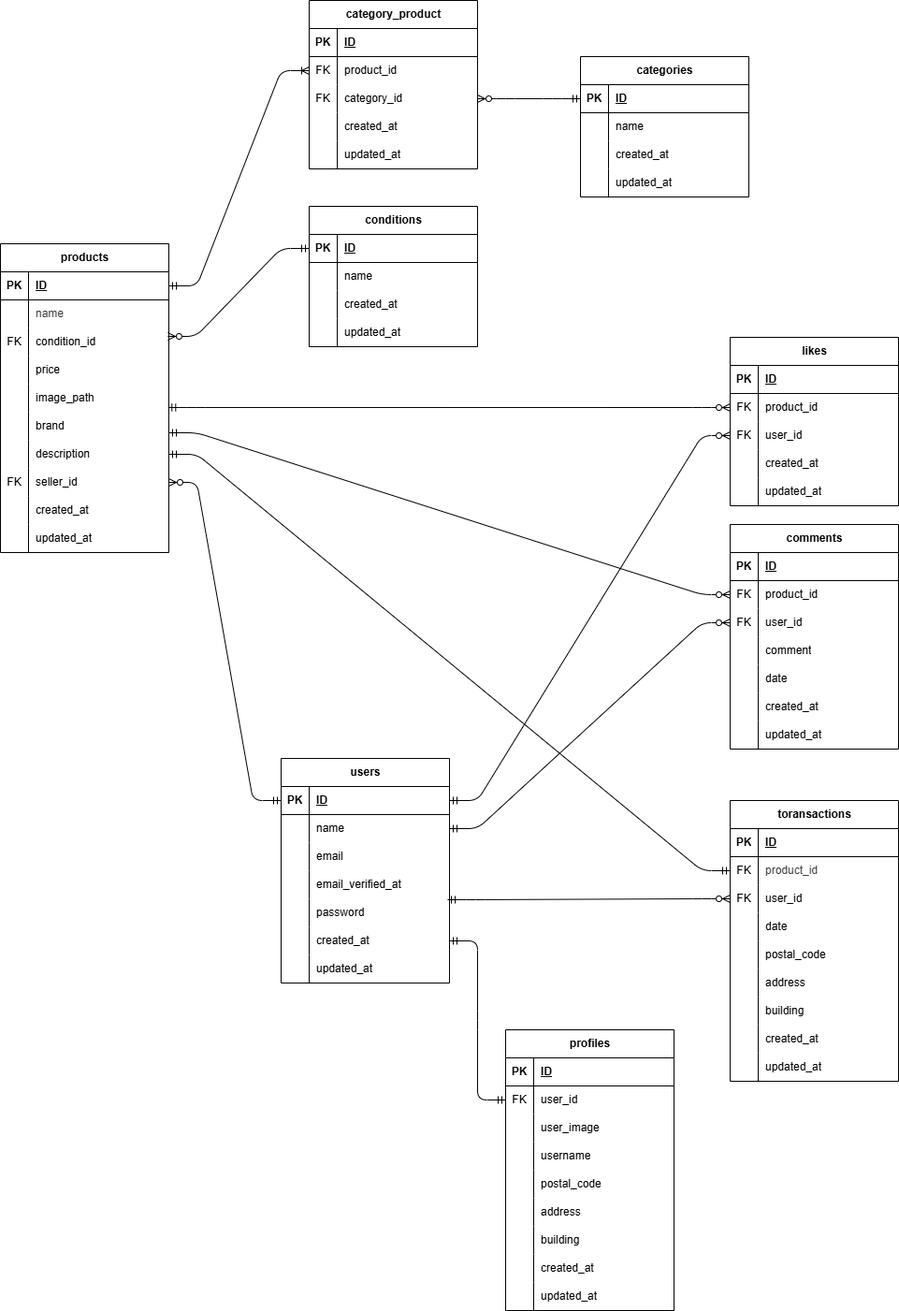
Before: ER.drawio.png, a diagram exported from draw.io (sazenshinji/shigeno-sp1a-furima). Source tidied: cells renumbered, new cells last; positions are measured from the earlier drawing's top-left corner, leaving out a move shared by most shapes.
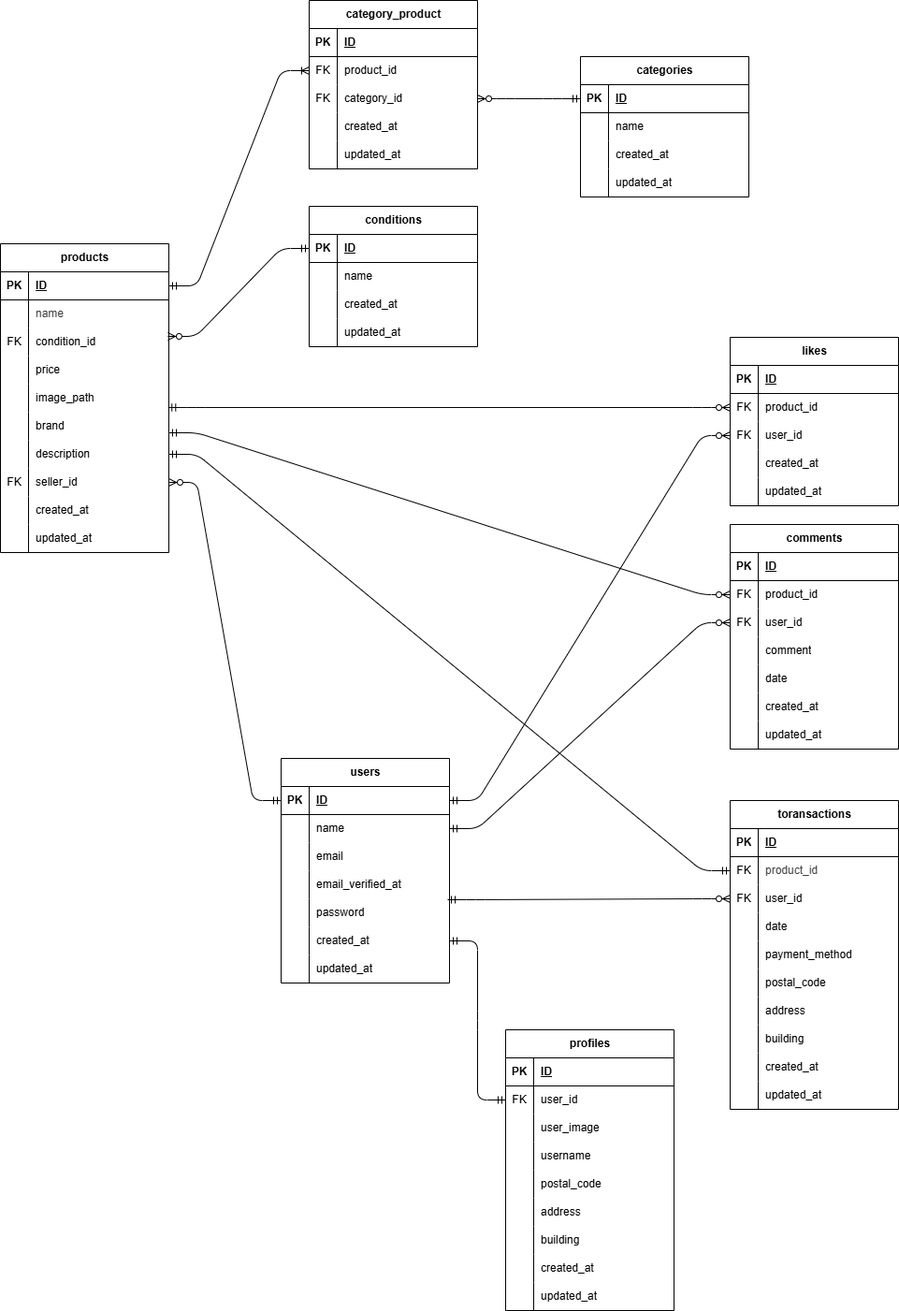
After the change.

What changed in the source:
```diff
@@ -410,7 +410,7 @@
       <mxGeometry x="30" width="150" height="30" as="geometry" />
     </mxCell>
     <mxCell id="137" value="toransactions" style="shape=table;startSize=30;rowLines=0;fontStyle=1;align=center;html=1;" parent="1" vertex="1">
-      <mxGeometry x="780" y="855" width="180" height="300" as="geometry" />
+      <mxGeometry x="780" y="855" width="180" height="330" as="geometry" />
     </mxCell>
     <mxCell id="138" style="shape=tableRow;horizontal=0;startSize=0;swimlaneHead=0;swimlaneBody=0;fillColor=none;top=0;left=0;right=0;bottom=1;" parent="137" vertex="1">
       <mxGeometry y="30" width="180" height="30" as="geometry" />
@@ -448,8 +448,17 @@
     <mxCell id="149" value="date" style="shape=partialRectangle;fillColor=none;top=0;left=0;bottom=0;right=0;align=left;spacingLeft=6;overflow=hidden;whiteSpace=wrap;html=1;" parent="147" vertex="1">
       <mxGeometry x="30" width="150" height="30" as="geometry" />
     </mxCell>
+    <mxCell id="202" style="shape=tableRow;horizontal=0;startSize=0;swimlaneHead=0;swimlaneBody=0;fillColor=none;top=0;left=0;right=0;bottom=0;" parent="137" vertex="1">
+      <mxGeometry y="150" width="180" height="30" as="geometry" />
+    </mxCell>
+    <mxCell id="203" style="shape=partialRectangle;fillColor=none;top=0;left=0;bottom=0;right=0;overflow=hidden;whiteSpace=wrap;html=1;" parent="202" vertex="1">
+      <mxGeometry width="30" height="30" as="geometry" />
+    </mxCell>
+    <mxCell id="204" value="payment_method" style="shape=partialRectangle;fillColor=none;top=0;left=0;bottom=0;right=0;align=left;spacingLeft=6;overflow=hidden;whiteSpace=wrap;html=1;" parent="202" vertex="1">
+      <mxGeometry x="30" width="150" height="30" as="geometry" />
+    </mxCell>
     <mxCell id="150" style="shape=tableRow;horizontal=0;startSize=0;swimlaneHead=0;swimlaneBody=0;fillColor=none;top=0;left=0;right=0;bottom=0;" parent="137" vertex="1">
-      <mxGeometry y="150" width="180" height="30" as="geometry" />
+      <mxGeometry y="180" width="180" height="30" as="geometry" />
     </mxCell>
     <mxCell id="151" style="shape=partialRectangle;fillColor=none;top=0;left=0;bottom=0;right=0;overflow=hidden;whiteSpace=wrap;html=1;" parent="150" vertex="1">
       <mxGeometry width="30" height="30" as="geometry" />
@@ -458,7 +467,7 @@
       <mxGeometry x="30" width="150" height="30" as="geometry" />
     </mxCell>
     <mxCell id="153" style="shape=tableRow;horizontal=0;startSize=0;swimlaneHead=0;swimlaneBody=0;fillColor=none;top=0;left=0;right=0;bottom=0;" parent="137" vertex="1">
-      <mxGeometry y="180" width="180" height="30" as="geometry" />
+      <mxGeometry y="210" width="180" height="30" as="geometry" />
     </mxCell>
     <mxCell id="154" style="shape=partialRectangle;fillColor=none;top=0;left=0;bottom=0;right=0;overflow=hidden;whiteSpace=wrap;html=1;" parent="153" vertex="1">
       <mxGeometry width="30" height="30" as="geometry" />
@@ -467,7 +476,7 @@
       <mxGeometry x="30" width="150" height="30" as="geometry" />
     </mxCell>
     <mxCell id="156" style="shape=tableRow;horizontal=0;startSize=0;swimlaneHead=0;swimlaneBody=0;fillColor=none;top=0;left=0;right=0;bottom=0;" parent="137" vertex="1">
-      <mxGeometry y="210" width="180" height="30" as="geometry" />
+      <mxGeometry y="240" width="180" height="30" as="geometry" />
     </mxCell>
     <mxCell id="157" style="shape=partialRectangle;fillColor=none;top=0;left=0;bottom=0;right=0;overflow=hidden;whiteSpace=wrap;html=1;" parent="156" vertex="1">
       <mxGeometry width="30" height="30" as="geometry" />
@@ -476,7 +485,7 @@
       <mxGeometry x="30" width="150" height="30" as="geometry" />
     </mxCell>
     <mxCell id="159" style="shape=tableRow;horizontal=0;startSize=0;swimlaneHead=0;swimlaneBody=0;fillColor=none;top=0;left=0;right=0;bottom=0;" parent="137" vertex="1">
-      <mxGeometry y="240" width="180" height="30" as="geometry" />
+      <mxGeometry y="270" width="180" height="30" as="geometry" />
     </mxCell>
     <mxCell id="160" style="shape=partialRectangle;fillColor=none;top=0;left=0;bottom=0;right=0;overflow=hidden;whiteSpace=wrap;html=1;" parent="159" vertex="1">
       <mxGeometry width="30" height="30" as="geometry" />
@@ -485,7 +494,7 @@
       <mxGeometry x="30" width="150" height="30" as="geometry" />
     </mxCell>
     <mxCell id="162" style="shape=tableRow;horizontal=0;startSize=0;swimlaneHead=0;swimlaneBody=0;fillColor=none;top=0;left=0;right=0;bottom=0;" parent="137" vertex="1">
-      <mxGeometry y="270" width="180" height="30" as="geometry" />
+      <mxGeometry y="300" width="180" height="30" as="geometry" />
     </mxCell>
     <mxCell id="163" style="shape=partialRectangle;fillColor=none;top=0;left=0;bottom=0;right=0;overflow=hidden;whiteSpace=wrap;html=1;" parent="162" vertex="1">
       <mxGeometry width="30" height="30" as="geometry" />
```
